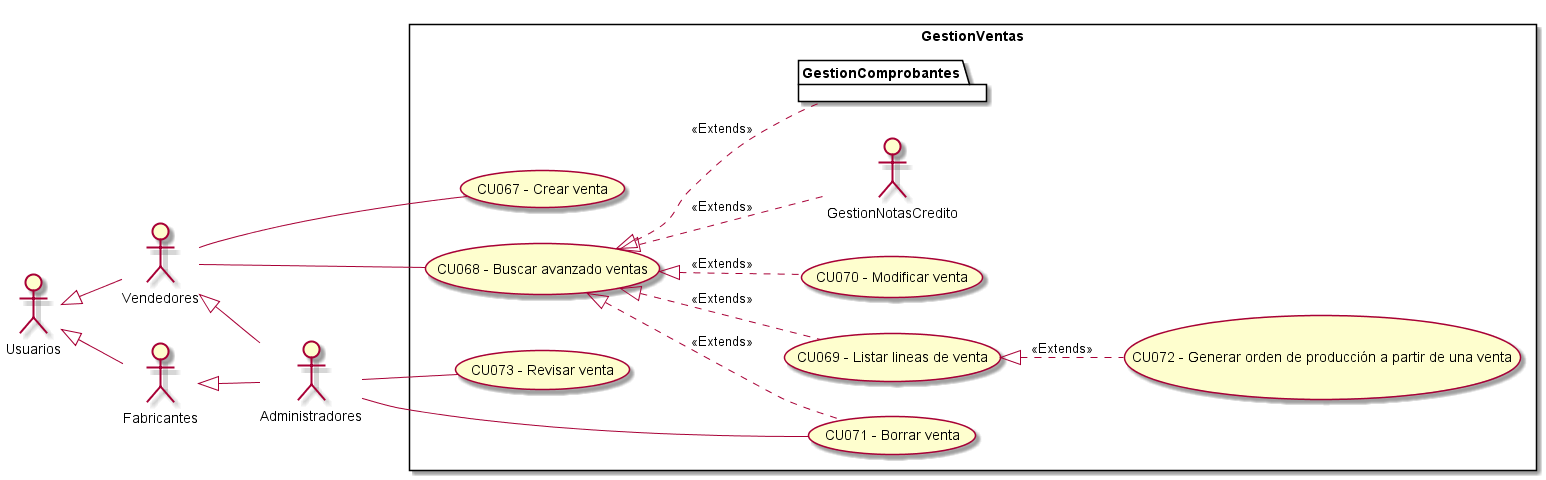
Earlier version of the PlantUML export Informe Final/Imagenes/ModeladoDeCasosDeUso/DiagramaDeCasosDeUso/GestionVentas.png (ZMGestion/DocumentacionZMGestion).
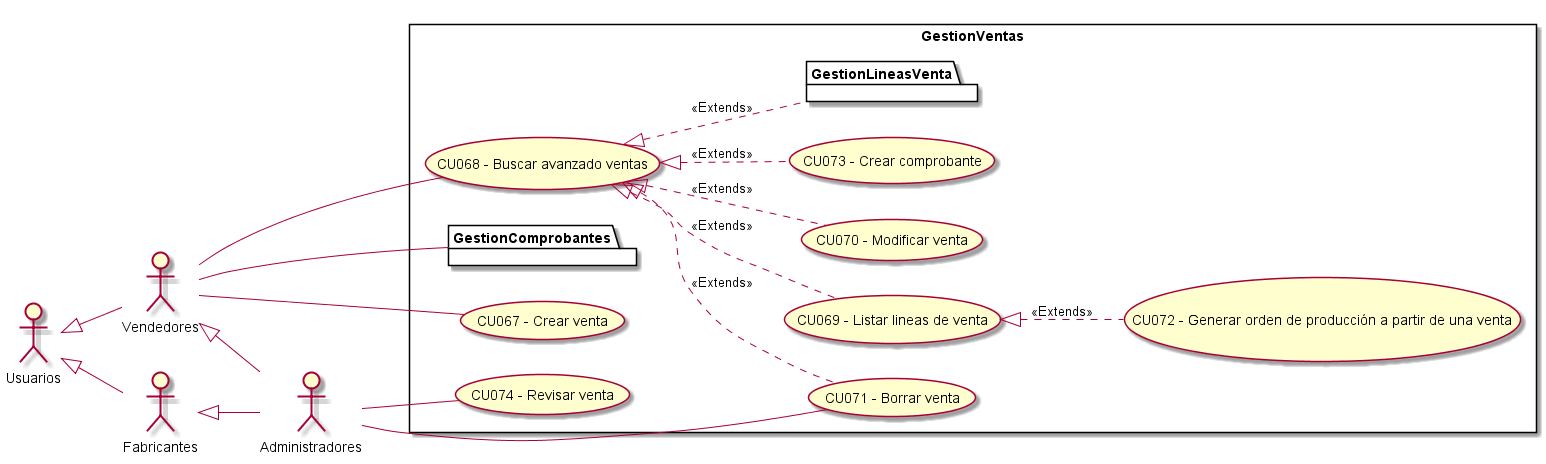
After the commit.

What changed in the source:
```diff
@@ -19,18 +19,22 @@
     UseCase "CU070 - Modificar venta" as M
     UseCase "CU071 - Borrar venta" as B
     UseCase "CU072 - Generar orden de producción a partir de una venta" as Generar
-    UseCase "CU073 - Revisar venta" as Revisar
+    UseCase "CU073 - Crear comprobante" as CrearComprobante
+    UseCase "CU074 - Revisar venta" as Revisar
+    package GestionLineasVenta{
+    }
     package GestionComprobantes{
     }
 
     BA <|.. M : <<Extends>>
-    BA <|.. GestionComprobantes : <<Extends>>
-    BA <|.. GestionNotasCredito : <<Extends>>
     BA <|.. B : <<Extends>>
     BA <|.. Listar : <<Extends>>
+    BA <|.. CrearComprobante : <<Extends>>
+    BA <|.. GestionLineasVenta : <<Extends>>
     Listar <|.. Generar : <<Extends>>
 }
     Vendedores -- C
+    Vendedores -- GestionComprobantes
     Vendedores -- BA
     Administradores -- B
     Administradores -- Revisar
```
